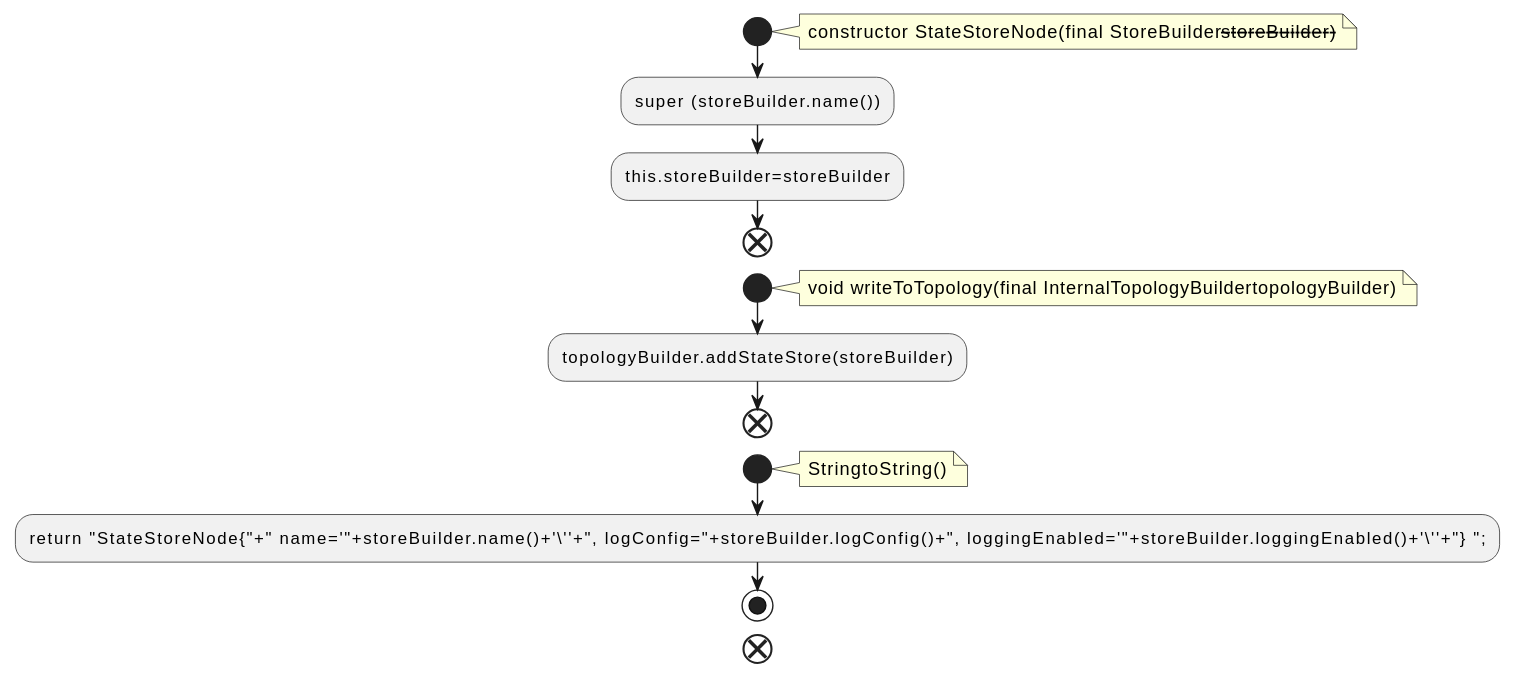
qualitesys/kafka keeps this PlantUML diagram as docs/qc/streams/src/main/java/org/apache/kafka/streams/kstream/internals/graph/StateStoreNode.java.fct.svg. Above is the earlier version. Source of this version:
```plantuml
@startuml
!pragma layout smetana
start
note right
constructor StateStoreNode(final StoreBuilder<S>storeBuilder)
end note
:super (storeBuilder.name());
:this.storeBuilder=storeBuilder;
end
start
note right
void writeToTopology(final InternalTopologyBuildertopologyBuilder)
end note
:topologyBuilder.addStateStore(storeBuilder);
end
start
note right
StringtoString()
end note
:return "StateStoreNode{"+" name='"+storeBuilder.name()+'\''+", logConfig="+storeBuilder.logConfig()+", loggingEnabled='"+storeBuilder.loggingEnabled()+'\''+"} ";;
stop
end
@enduml
```
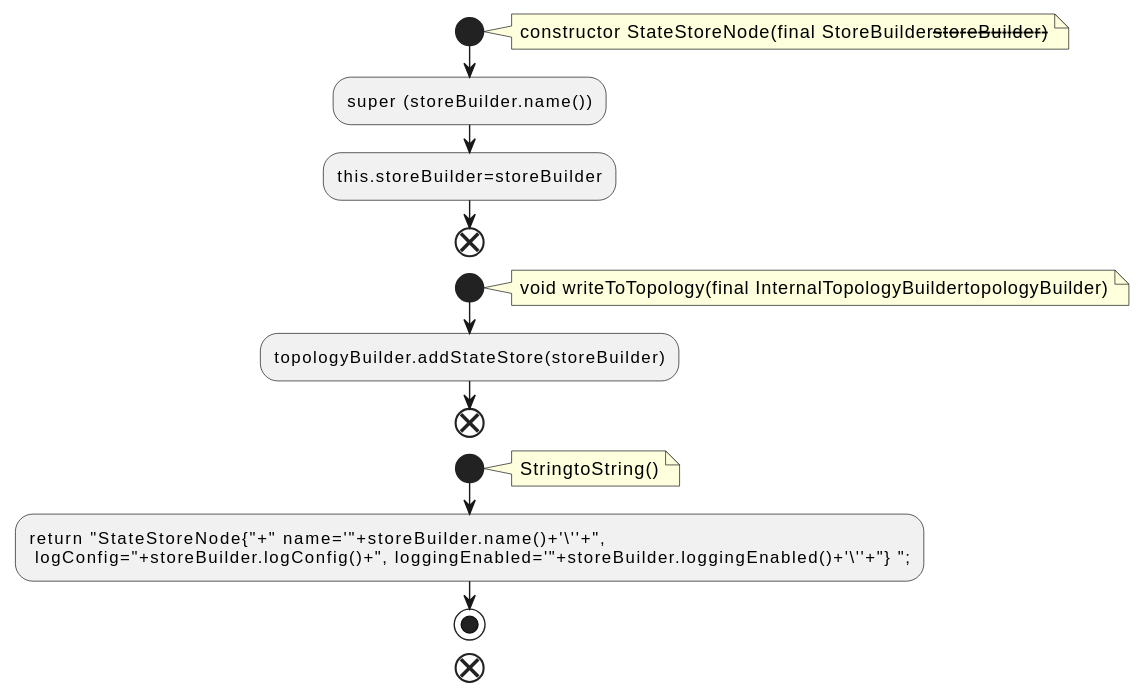
Later version of the same file.

What changed in the source:
```diff
@@ -17,7 +17,8 @@
 note right
 StringtoString()
 end note
-:return "StateStoreNode{"+" name='"+storeBuilder.name()+'\''+", logConfig="+storeBuilder.logConfig()+", loggingEnabled='"+storeBuilder.loggingEnabled()+'\''+"} ";;
+:return "StateStoreNode{"+" name='"+storeBuilder.name()+'\''+",
+ logConfig="+storeBuilder.logConfig()+", loggingEnabled='"+storeBuilder.loggingEnabled()+'\''+"} ";;
 stop
 end
 @enduml
```
